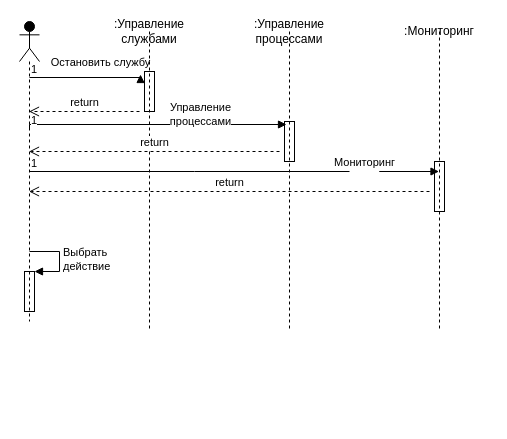
This is page "Page-3" (3 of 3) of Untitled Diagram.drawio from Da11oS/Proektny-praktikum, a draw.io file, before an edit. Source tidied: cells renumbered, new cells numbered last; positions are measured from the earlier drawing's top-left corner, leaving out a move shared by most shapes. Both pictures are drawn from the tidied source at 100%, with x=0, y=0 at pixel (19, 21).
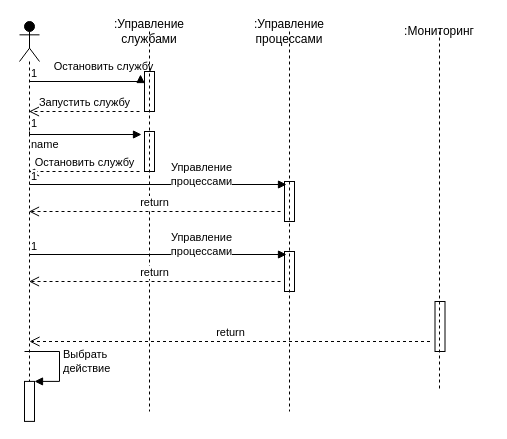
After the change.

Unchanged cells that the change refers to:
```xml
<mxCell id="9" style="html=1;points=[];perimeter=orthogonalPerimeter;shadow=0;strokeColor=#000000;fillColor=none;" parent="8" vertex="1">
  <mxGeometry x="45" y="40" width="10" height="40" as="geometry" />
</mxCell>
```

What changed in the source:
```diff
@@
     <mxCell id="2" style="shape=umlLifeline;participant=umlActor;perimeter=lifelinePerimeter;whiteSpace=wrap;html=1;verticalAlign=top;spacingTop=36;outlineConnect=0;shadow=0;strokeColor=#000000;fillColor=#000000;" parent="1" vertex="1">
-      <mxGeometry width="20" height="300" as="geometry" />
+      <mxGeometry width="20" height="360" as="geometry" />
     </mxCell>
     <mxCell id="3" style="endArrow=block;endFill=1;html=1;edgeStyle=orthogonalEdgeStyle;align=left;verticalAlign=top;rounded=0;entryX=-0.4;entryY=0.075;entryDx=0;entryDy=0;entryPerimeter=0;" parent="2" edge="1" target="9">
       <mxGeometry x="-1" relative="1" as="geometry">
-        <mxPoint x="10" y="56" as="sourcePoint" />
+        <mxPoint x="10" y="60" as="sourcePoint" />
         <Array as="points">
-          <mxPoint x="10" y="56" />
+          <mxPoint x="10" y="60" />
+          <mxPoint x="121" y="60" />
         </Array>
       </mxGeometry>
     </mxCell>
@@
-    <mxCell id="6" style="html=1;points=[];perimeter=orthogonalPerimeter;shadow=0;strokeColor=#000000;fillColor=none;" parent="2" vertex="1">
-      <mxGeometry x="5" y="250" width="10" height="40" as="geometry" />
-    </mxCell>
-    <mxCell id="7" value="&lt;div&gt;Выбрать &lt;br&gt;&lt;/div&gt;&lt;div&gt;действие&lt;/div&gt;" style="edgeStyle=orthogonalEdgeStyle;html=1;align=left;spacingLeft=2;endArrow=block;rounded=0;entryX=1;entryY=0;" parent="2" edge="1" target="6">
-      <mxGeometry relative="1" as="geometry">
-        <mxPoint x="10" y="230" as="sourcePoint" />
-        <Array as="points">
-          <mxPoint x="40" y="230" />
-        </Array>
-      </mxGeometry>
-    </mxCell>
+    <mxCell id="24" value="name" style="endArrow=block;endFill=1;html=1;edgeStyle=orthogonalEdgeStyle;align=left;verticalAlign=top;rounded=0;entryX=-0.3;entryY=0.075;entryDx=0;entryDy=0;entryPerimeter=0;" parent="2" edge="1" target="26">
+      <mxGeometry x="-1" relative="1" as="geometry">
+        <mxPoint x="10" y="110" as="sourcePoint" />
+        <Array as="points">
+          <mxPoint x="10" y="113" />
+        </Array>
+      </mxGeometry>
+    </mxCell>
+    <mxCell id="25" value="1" style="edgeLabel;html=1;align=left;verticalAlign=bottom;shadow=0;strokeColor=#000000;fillColor=none;" parent="24" vertex="1">
+      <mxGeometry x="-1" relative="1" as="geometry" />
+    </mxCell>
     <mxCell id="8" value="&lt;div&gt;:Управление службами&lt;br&gt;&lt;/div&gt;" style="shape=umlLifeline;perimeter=lifelinePerimeter;whiteSpace=wrap;html=1;shadow=0;strokeColor=#000000;fillColor=#000000;size=0;" parent="1" vertex="1">
-      <mxGeometry x="80" y="10" width="100" height="300" as="geometry" />
+      <mxGeometry x="80" y="10" width="100" height="380" as="geometry" />
     </mxCell>
@@
+    <mxCell id="26" style="html=1;points=[];perimeter=orthogonalPerimeter;shadow=0;strokeColor=#000000;fillColor=none;" parent="8" vertex="1">
+      <mxGeometry x="45" y="100" width="10" height="40" as="geometry" />
+    </mxCell>
+    <mxCell id="27" value="Остановить службу" style="html=1;verticalAlign=bottom;endArrow=open;dashed=1;endSize=8;rounded=0;" parent="8" edge="1">
+      <mxGeometry relative="1" as="geometry">
+        <mxPoint x="40" y="140" as="sourcePoint" />
+        <mxPoint x="-70.5" y="140" as="targetPoint" />
+        <Array as="points">
+          <mxPoint x="10" y="140" />
+        </Array>
+      </mxGeometry>
+    </mxCell>
     <mxCell id="10" value="&lt;div&gt;:Управление процессами&lt;/div&gt;" style="shape=umlLifeline;perimeter=lifelinePerimeter;whiteSpace=wrap;html=1;shadow=0;strokeColor=#000000;fillColor=#000000;size=0;" parent="1" vertex="1">
-      <mxGeometry x="220" y="10" width="100" height="300" as="geometry" />
+      <mxGeometry x="220" y="10" width="100" height="380" as="geometry" />
     </mxCell>
     <mxCell id="11" style="html=1;points=[];perimeter=orthogonalPerimeter;shadow=0;strokeColor=#000000;fillColor=none;" parent="10" vertex="1">
-      <mxGeometry x="45" y="90" width="10" height="40" as="geometry" />
+      <mxGeometry x="45" y="150" width="10" height="40" as="geometry" />
     </mxCell>
+    <mxCell id="28" style="html=1;points=[];perimeter=orthogonalPerimeter;shadow=0;strokeColor=#000000;fillColor=none;" parent="10" vertex="1">
+      <mxGeometry x="45" y="220" width="10" height="40" as="geometry" />
+    </mxCell>
     <mxCell id="12" value="&lt;div&gt;:Мониторинг&lt;br&gt;&lt;/div&gt;" style="shape=umlLifeline;perimeter=lifelinePerimeter;whiteSpace=wrap;html=1;outlineConnect=0;shadow=0;strokeColor=#000000;fillColor=#000000;size=0;" parent="1" vertex="1">
-      <mxGeometry x="370" y="10" width="100" height="300" as="geometry" />
+      <mxGeometry x="370" y="10" width="100" height="360" as="geometry" />
     </mxCell>
     <mxCell id="13" style="endArrow=block;endFill=1;html=1;edgeStyle=orthogonalEdgeStyle;align=left;verticalAlign=top;rounded=0;entryX=0.2;entryY=0.075;entryDx=0;entryDy=0;entryPerimeter=0;" parent="1" edge="1" target="11">
       <mxGeometry x="-1" relative="1" as="geometry">
-        <mxPoint x="10" y="107" as="sourcePoint" />
+        <mxPoint x="10" y="163" as="sourcePoint" />
         <Array as="points">
-          <mxPoint x="10" y="103" />
+          <mxPoint x="10" y="163" />
         </Array>
       </mxGeometry>
     </mxCell>
@@
-    <mxCell id="16" style="endArrow=block;endFill=1;html=1;edgeStyle=orthogonalEdgeStyle;align=left;verticalAlign=top;rounded=0;startArrow=none;" parent="1" edge="1" source="18" target="12">
-      <mxGeometry x="-1" relative="1" as="geometry">
-        <Array as="points">
-          <mxPoint x="360" y="150" />
-          <mxPoint x="360" y="150" />
-        </Array>
-      </mxGeometry>
-    </mxCell>
-    <mxCell id="17" value="Мониторинг" style="edgeLabel;html=1;align=center;verticalAlign=middle;" parent="16" vertex="1">
-      <mxGeometry x="0.11" relative="1" as="geometry">
-        <mxPoint x="-25" y="-10" as="offset" />
-      </mxGeometry>
-    </mxCell>
-    <mxCell id="18" style="html=1;points=[];perimeter=orthogonalPerimeter;shadow=0;strokeColor=#000000;fillColor=none;" parent="1" vertex="1">
-      <mxGeometry x="415" y="140" width="10" height="50" as="geometry" />
-    </mxCell>
-    <mxCell id="19" style="endArrow=none;endFill=1;html=1;edgeStyle=orthogonalEdgeStyle;align=left;verticalAlign=top;rounded=0;" parent="1" edge="1" source="2">
-      <mxGeometry x="-1" relative="1" as="geometry">
-        <mxPoint x="330" y="150" as="targetPoint" />
-      </mxGeometry>
-    </mxCell>
-    <mxCell id="20" value="1" style="edgeLabel;html=1;align=left;verticalAlign=bottom;shadow=0;strokeColor=#000000;fillColor=none;" parent="19" vertex="1">
-      <mxGeometry x="-1" relative="1" as="geometry" />
-    </mxCell>
-    <mxCell id="21" value="return" style="html=1;verticalAlign=bottom;endArrow=open;dashed=1;endSize=8;rounded=0;" parent="1" edge="1" target="2">
+    <mxCell id="21" value="Запустить службу" style="html=1;verticalAlign=bottom;endArrow=open;dashed=1;endSize=8;rounded=0;" parent="1" edge="1" target="2">
       <mxGeometry relative="1" as="geometry">
         <mxPoint x="120" y="90" as="sourcePoint" />
         <Array as="points">
           <mxPoint x="90" y="90" />
         </Array>
       </mxGeometry>
     </mxCell>
-    <mxCell id="22" value="return" style="html=1;verticalAlign=bottom;endArrow=open;dashed=1;endSize=8;rounded=0;" parent="1" edge="1" target="2">
-      <mxGeometry relative="1" as="geometry">
-        <mxPoint x="260" y="130" as="sourcePoint" />
-      </mxGeometry>
+    <mxCell id="22" value="return" style="html=1;verticalAlign=bottom;endArrow=open;dashed=1;endSize=8;rounded=0;exitX=-0.4;exitY=0.75;exitDx=0;exitDy=0;exitPerimeter=0;" parent="1" edge="1" source="11" target="2">
+      <mxGeometry relative="1" as="geometry" />
     </mxCell>
+    <mxCell id="29" value="return" style="html=1;verticalAlign=bottom;endArrow=open;dashed=1;endSize=8;rounded=0;exitX=-0.4;exitY=0.75;exitDx=0;exitDy=0;exitPerimeter=0;" parent="1" edge="1" source="28">
+      <mxGeometry relative="1" as="geometry">
+        <mxPoint x="9.5" y="260" as="targetPoint" />
+      </mxGeometry>
+    </mxCell>
+    <mxCell id="30" style="endArrow=block;endFill=1;html=1;edgeStyle=orthogonalEdgeStyle;align=left;verticalAlign=top;rounded=0;entryX=0.2;entryY=0.075;entryDx=0;entryDy=0;entryPerimeter=0;" parent="1" edge="1" target="28">
+      <mxGeometry x="-1" relative="1" as="geometry">
+        <mxPoint x="10" y="233" as="sourcePoint" />
+        <Array as="points">
+          <mxPoint x="10" y="233" />
+        </Array>
+      </mxGeometry>
+    </mxCell>
+    <mxCell id="31" value="1" style="edgeLabel;html=1;align=left;verticalAlign=bottom;shadow=0;strokeColor=#000000;fillColor=none;" parent="30" vertex="1">
+      <mxGeometry x="-1" relative="1" as="geometry" />
+    </mxCell>
+    <mxCell id="32" value="&lt;div&gt;Управление &lt;br&gt;&lt;/div&gt;&lt;div&gt;процессами&lt;/div&gt;" style="edgeLabel;html=1;align=center;verticalAlign=middle;" parent="30" vertex="1">
+      <mxGeometry x="0.2" y="-1" relative="1" as="geometry">
+        <mxPoint x="17" y="-12" as="offset" />
+      </mxGeometry>
+    </mxCell>
+    <mxCell id="6" style="html=1;points=[];perimeter=orthogonalPerimeter;shadow=0;strokeColor=#000000;fillColor=none;" parent="1" vertex="1">
+      <mxGeometry x="5" y="359.9" width="10" height="40" as="geometry" />
+    </mxCell>
+    <mxCell id="7" value="&lt;div&gt;Выбрать &lt;br&gt;&lt;/div&gt;&lt;div&gt;действие&lt;/div&gt;" style="edgeStyle=orthogonalEdgeStyle;html=1;align=left;spacingLeft=2;endArrow=block;rounded=0;entryX=1;entryY=0;exitX=0.5;exitY=0.778;exitDx=0;exitDy=0;exitPerimeter=0;" parent="1" edge="1" target="6">
+      <mxGeometry relative="1" as="geometry">
+        <mxPoint x="5" y="330" as="sourcePoint" />
+        <Array as="points">
+          <mxPoint x="40" y="329.9" />
+          <mxPoint x="40" y="359.9" />
+        </Array>
+      </mxGeometry>
+    </mxCell>
+    <mxCell id="18" style="html=1;points=[];perimeter=orthogonalPerimeter;shadow=0;strokeColor=#000000;fillColor=none;" parent="1" vertex="1">
+      <mxGeometry x="415.5" y="280" width="10" height="50" as="geometry" />
+    </mxCell>
-    <mxCell id="23" value="return" style="html=1;verticalAlign=bottom;endArrow=open;dashed=1;endSize=8;rounded=0;" parent="1" edge="1" target="2">
+    <mxCell id="23" value="return" style="html=1;verticalAlign=bottom;endArrow=open;dashed=1;endSize=8;rounded=0;" parent="1" edge="1">
       <mxGeometry relative="1" as="geometry">
-        <mxPoint x="410" y="170" as="sourcePoint" />
+        <mxPoint x="410.5" y="320" as="sourcePoint" />
+        <mxPoint x="10" y="320" as="targetPoint" />
       </mxGeometry>
     </mxCell>
```
